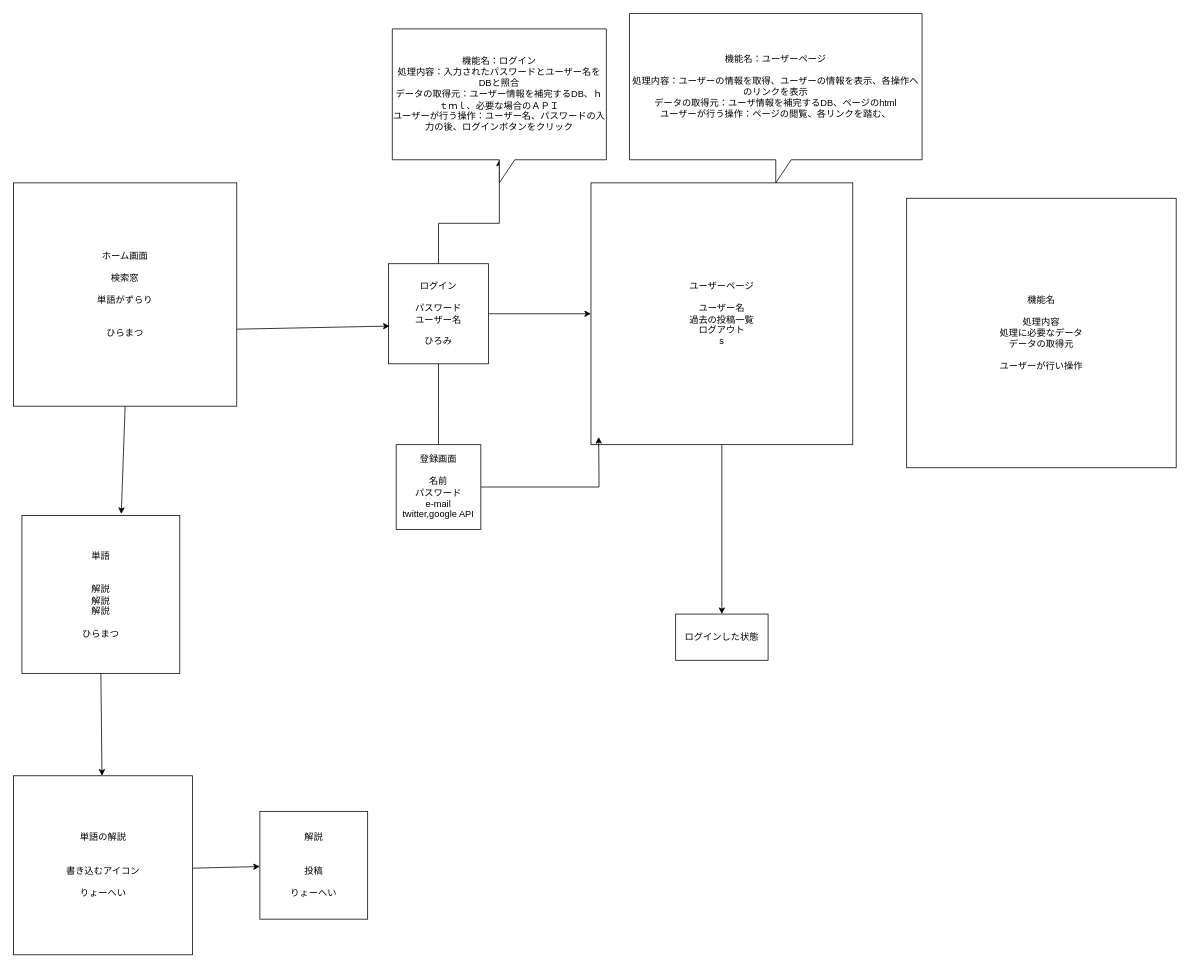
Earlier version of the draw.io diagram flow_chart.dio (heihei-starts/inShort). Source tidied: cells renumbered, new cells numbered last; positions are measured from the earlier drawing's top-left corner, leaving out a move shared by most shapes. Both pictures are drawn from the tidied source at 77%, with x=0, y=0 at pixel (13, 13).
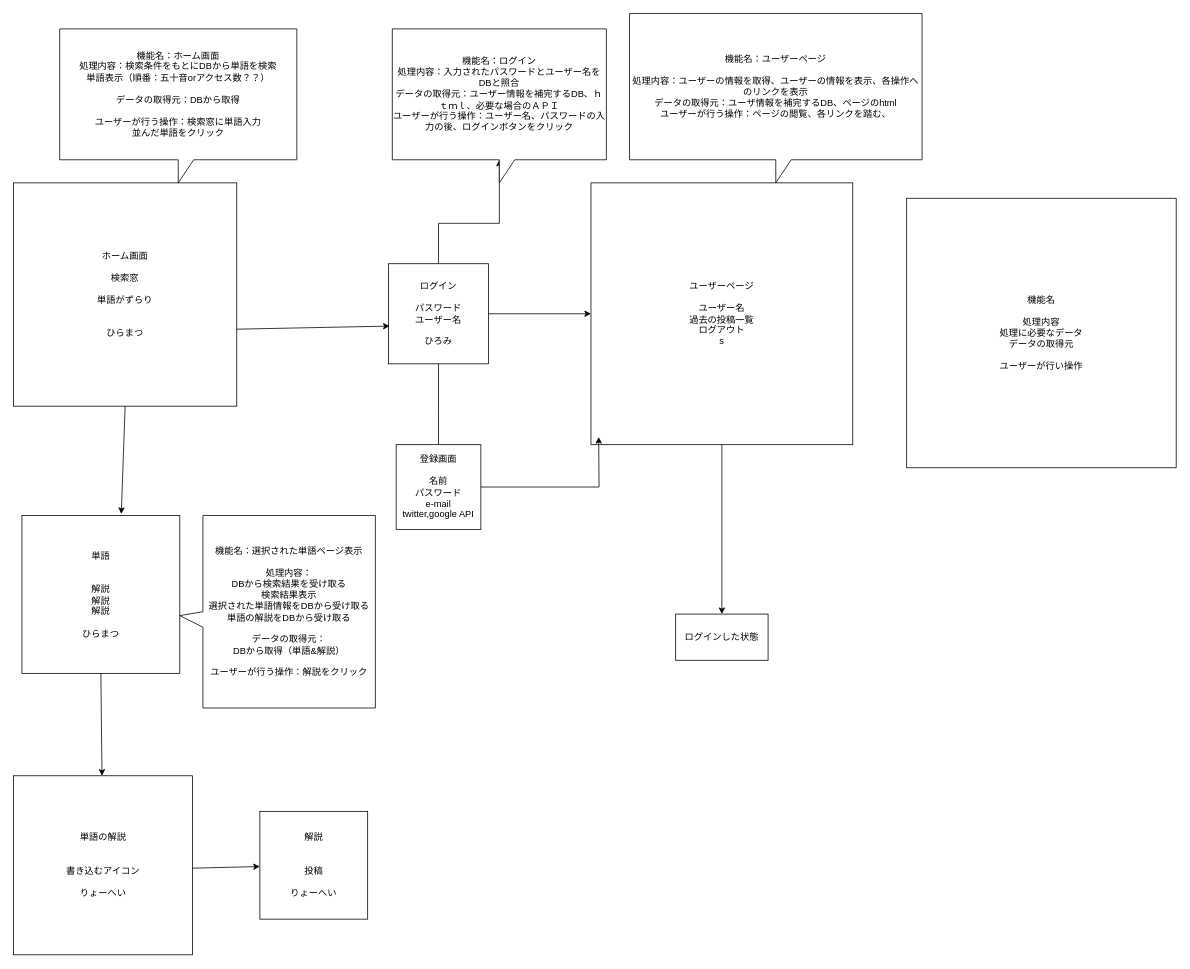
The same diagram, later.

Commit message:
ひらまつ追記

Change to the diagram source:
```diff
@@
+    <mxCell id="22" value="機能名：ホーム画面&lt;br&gt;処理内容：検索条件をもとにDBから単語を検索&lt;br&gt;単語表示（順番：五十音orアクセス数？？）&lt;br&gt;&lt;br&gt;データの取得元：DBから取得&lt;br&gt;&lt;br&gt;ユーザーが行う操作：検索窓に単語入力&lt;br&gt;並んだ単語をクリック" style="shape=callout;whiteSpace=wrap;html=1;perimeter=calloutPerimeter;" parent="1" vertex="1">
+      <mxGeometry x="60" y="20" width="308" height="200" as="geometry" />
+    </mxCell>
+    <mxCell id="23" value="機能名：選択された単語ページ表示&lt;br&gt;&lt;br&gt;処理内容：&lt;br&gt;DBから検索結果を受け取る&lt;br&gt;検索結果表示&lt;br&gt;選択された単語情報をDBから受け取る&lt;br&gt;単語の解説をDBから受け取る&lt;br&gt;&lt;br&gt;データの取得元：&lt;br&gt;DBから取得（単語&amp;amp;解説）&lt;br&gt;&lt;br&gt;ユーザーが行う操作：解説をクリック" style="shape=callout;whiteSpace=wrap;html=1;perimeter=calloutPerimeter;position2=0.52;direction=south;" parent="1" vertex="1">
+      <mxGeometry x="216" y="652" width="254" height="250" as="geometry" />
+    </mxCell>
```
